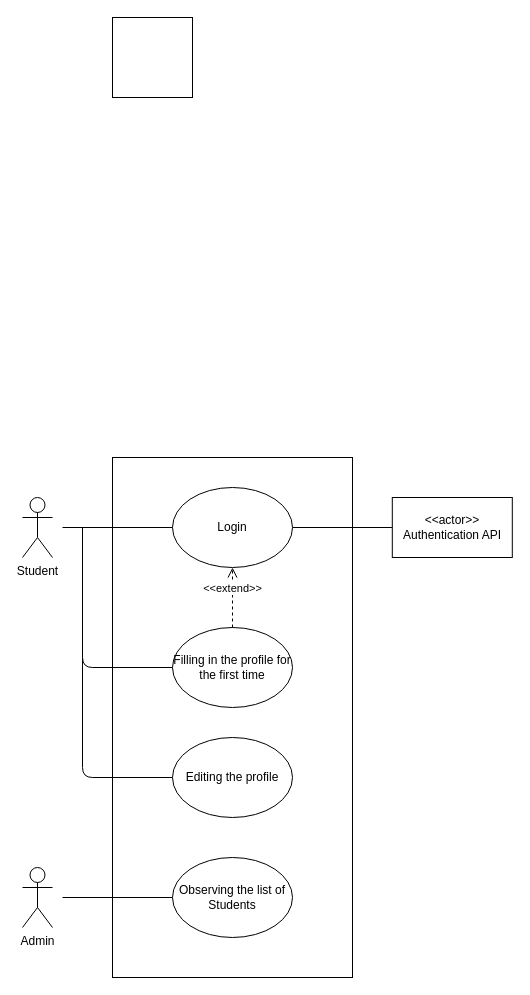
Earlier version of the draw.io diagram Login and User Management Use-Case Diagram.drawio (m-bassiri/HamyarApp). Source tidied: cells renumbered, new cells numbered last; positions are measured from the earlier drawing's top-left corner, leaving out a move shared by most shapes. Both pictures are drawn from the tidied source at 100%, with x=0, y=0 at pixel (22, 17).
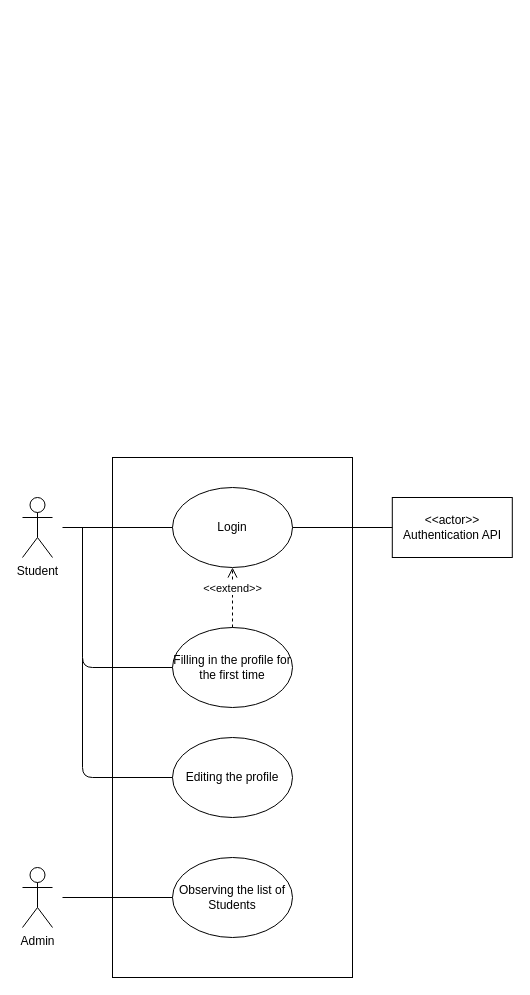
After the change.

The edit, as a diff of the source:
```diff
@@
-    <mxCell id="2" style="whiteSpace=wrap;html=1;" parent="1" vertex="1">
-      <mxGeometry x="90" width="80" height="80" as="geometry" />
-    </mxCell>
```
